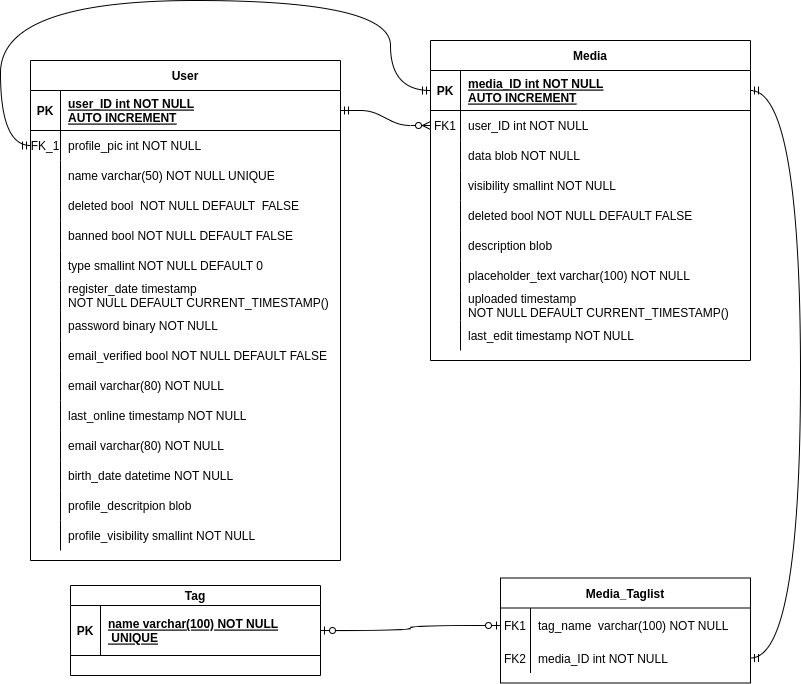
This is docs/dev/db/img/VisualPosting_R_schema_phase_01.drawio.png from gombosg21/vizsgaremek, a draw.io export, as it was before one commit. Source tidied: cells renumbered, new cells last; positions are measured from the earlier drawing's top-left corner, leaving out a move shared by most shapes.
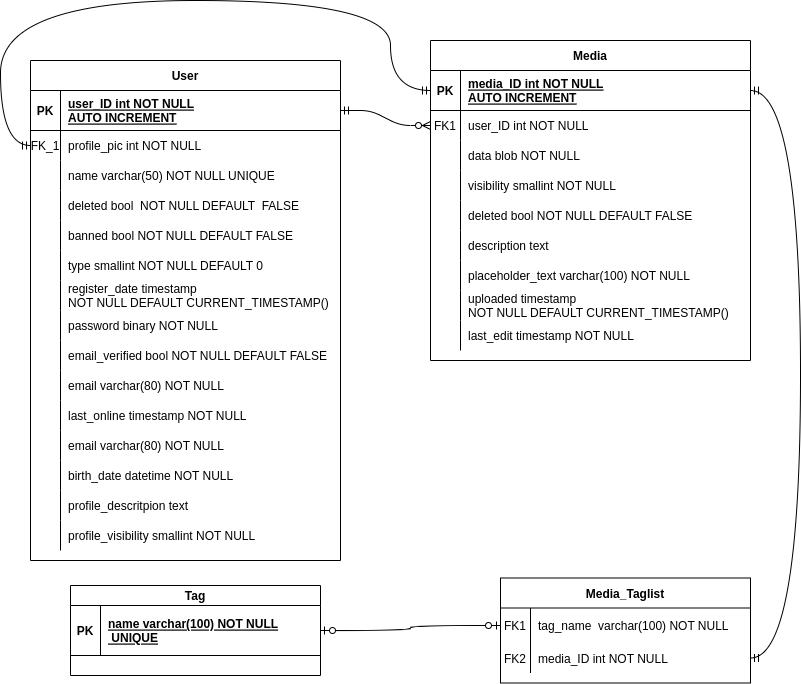
The same file after the commit.

Commit message:
Changed descriptions to type TEXT

The edit, as a diff of the source:
```diff
@@ -59,7 +59,7 @@
     <mxCell id="20" style="shape=partialRectangle;overflow=hidden;fillColor=none;top=0;left=0;bottom=0;right=0;" parent="19" vertex="1">
       <mxGeometry width="30" height="30" as="geometry" />
     </mxCell>
-    <mxCell id="21" value="description blob" style="shape=partialRectangle;overflow=hidden;fillColor=none;top=0;left=0;bottom=0;right=0;align=left;spacingLeft=6;" parent="19" vertex="1">
+    <mxCell id="21" value="description text" style="shape=partialRectangle;overflow=hidden;fillColor=none;top=0;left=0;bottom=0;right=0;align=left;spacingLeft=6;" parent="19" vertex="1">
       <mxGeometry x="30" width="290" height="30" as="geometry" />
     </mxCell>
     <mxCell id="22" style="shape=partialRectangle;fillColor=none;top=0;left=0;right=0;bottom=0;" parent="3" vertex="1">
@@ -215,7 +215,7 @@
     <mxCell id="72" style="shape=partialRectangle;overflow=hidden;fillColor=none;top=0;left=0;bottom=0;right=0;" parent="71" vertex="1">
       <mxGeometry width="30" height="30" as="geometry" />
     </mxCell>
-    <mxCell id="73" value="profile_descritpion blob" style="shape=partialRectangle;overflow=hidden;fillColor=none;top=0;left=0;bottom=0;right=0;align=left;spacingLeft=6;" parent="71" vertex="1">
+    <mxCell id="73" value="profile_descritpion text" style="shape=partialRectangle;overflow=hidden;fillColor=none;top=0;left=0;bottom=0;right=0;align=left;spacingLeft=6;" parent="71" vertex="1">
       <mxGeometry x="30" width="280" height="30" as="geometry" />
     </mxCell>
     <mxCell id="74" style="shape=partialRectangle;fillColor=none;top=0;left=0;right=0;bottom=0;" parent="31" vertex="1">
```
